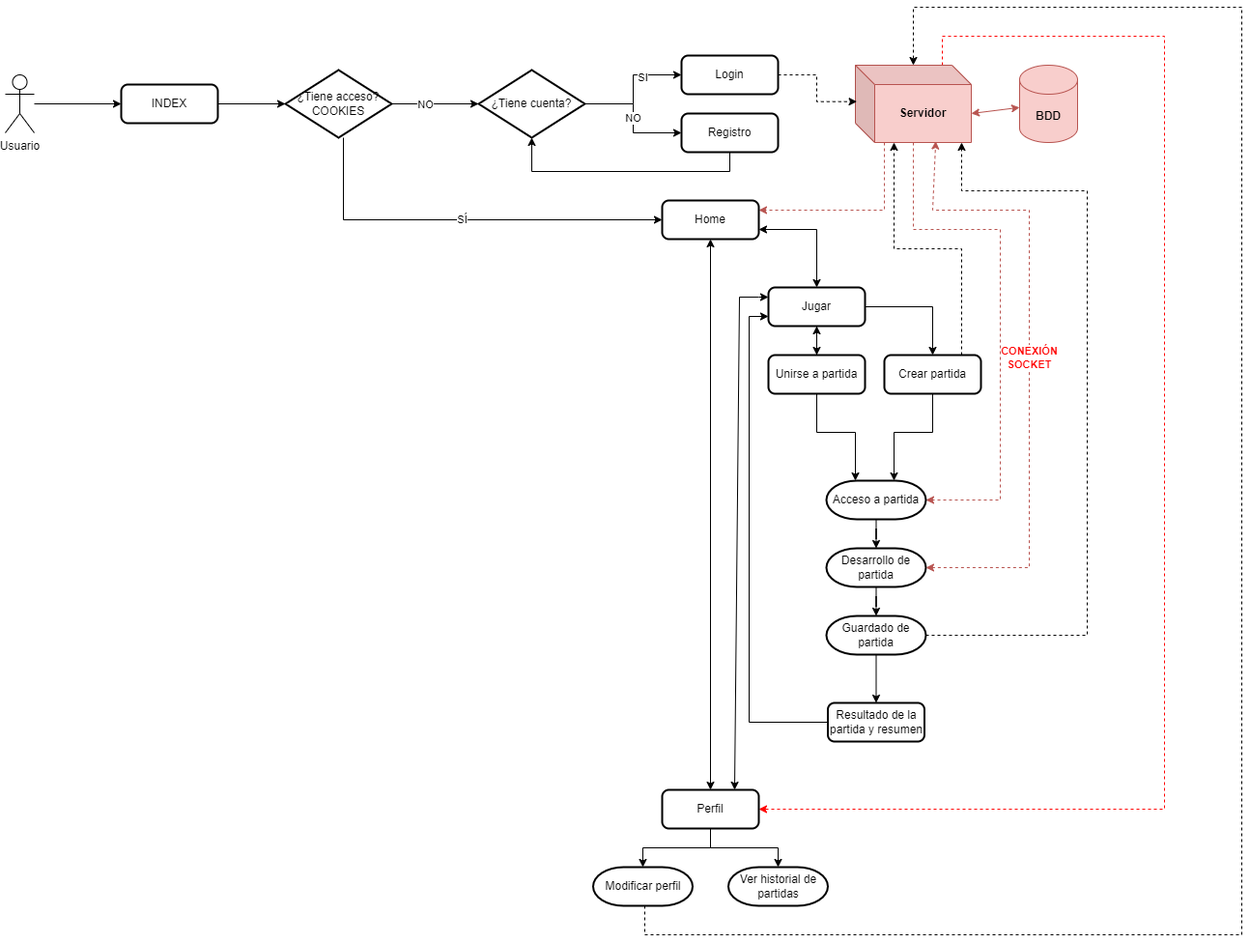
Before: info/Flujo de Chischás.png, a diagram exported from draw.io (MiguelG7/Chischas). Source tidied: cells renumbered, new cells last; positions are measured from the earlier drawing's top-left corner, leaving out a move shared by most shapes.
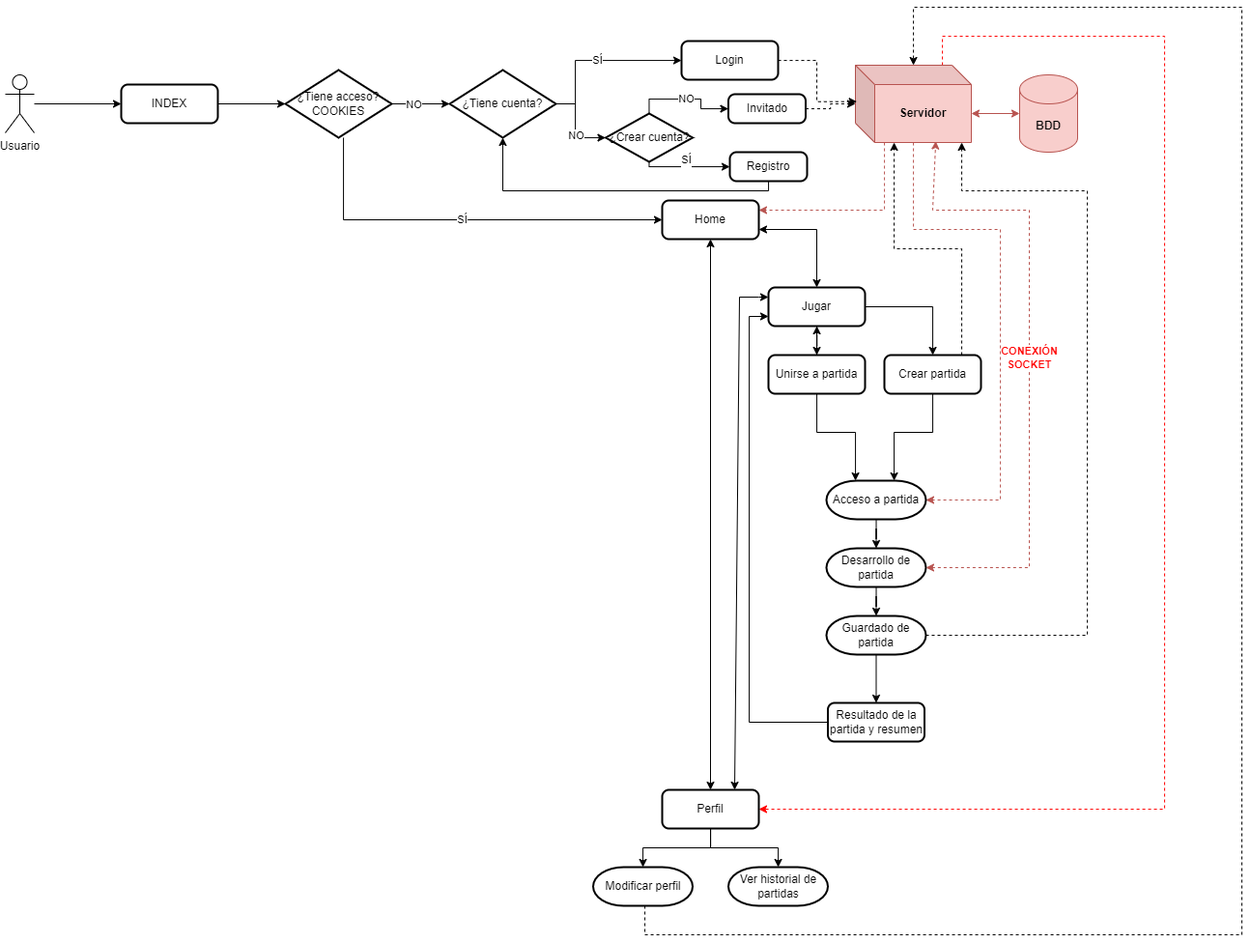
Later version of the same file.

Diff of the diagram source:
```diff
@@ -15,18 +15,18 @@
       <mxGeometry y="70" width="30" height="60" as="geometry" />
     </mxCell>
     <mxCell id="6" value="Login" style="rounded=1;whiteSpace=wrap;html=1;absoluteArcSize=1;arcSize=14;strokeWidth=2;" parent="1" vertex="1">
-      <mxGeometry x="700" y="50" width="100" height="40" as="geometry" />
+      <mxGeometry x="700" y="35" width="100" height="40" as="geometry" />
     </mxCell>
     <mxCell id="7" style="edgeStyle=orthogonalEdgeStyle;rounded=0;jettySize=auto;html=1;" parent="1" edge="1" source="8" target="28">
       <mxGeometry relative="1" as="geometry">
         <Array as="points">
-          <mxPoint x="750" y="170" />
-          <mxPoint x="545" y="170" />
+          <mxPoint x="790" y="190" />
+          <mxPoint x="515" y="190" />
         </Array>
       </mxGeometry>
     </mxCell>
     <mxCell id="8" value="Registro" style="rounded=1;whiteSpace=wrap;html=1;absoluteArcSize=1;arcSize=14;strokeWidth=2;" parent="1" vertex="1">
-      <mxGeometry x="700" y="110" width="100" height="40" as="geometry" />
+      <mxGeometry x="750" y="150" width="80" height="30" as="geometry" />
     </mxCell>
     <mxCell id="9" style="edgeStyle=orthogonalEdgeStyle;rounded=0;jettySize=auto;html=1;dashed=1;fillColor=#f8cecc;strokeColor=#b85450;entryX=1;entryY=0.25;entryDx=0;entryDy=0;" parent="1" edge="1" source="12" target="16">
       <mxGeometry relative="1" as="geometry">
@@ -57,7 +57,7 @@
       <mxGeometry x="880" y="60" width="120" height="80" as="geometry" />
     </mxCell>
     <mxCell id="13" value="BDD" style="shape=cylinder3;whiteSpace=wrap;html=1;boundedLbl=1;backgroundOutline=1;size=15;fillColor=#f8cecc;strokeColor=#b85450;fontStyle=1;" parent="1" vertex="1">
-      <mxGeometry x="1050" y="60" width="60" height="80" as="geometry" />
+      <mxGeometry x="1050" y="70" width="60" height="80" as="geometry" />
     </mxCell>
     <mxCell id="14" style="endArrow=classic;startArrow=classic;html=1;rounded=0;exitX=0;exitY=0;exitDx=120;exitDy=50;exitPerimeter=0;fillColor=#f8cecc;strokeColor=#b85450;" parent="1" edge="1" source="12" target="13">
       <mxGeometry relative="1" as="geometry" />
@@ -96,17 +96,16 @@
     <mxCell id="24" value="¿Tiene acceso?&lt;br&gt;COOKIES" style="strokeWidth=2;html=1;shape=mxgraph.flowchart.decision;whiteSpace=wrap;" parent="1" vertex="1">
       <mxGeometry x="290" y="65" width="110" height="70" as="geometry" />
     </mxCell>
-    <mxCell id="25" style="edgeStyle=orthogonalEdgeStyle;rounded=0;jettySize=auto;html=1;" parent="1" edge="1" source="28" target="6">
-      <mxGeometry relative="1" as="geometry" />
+    <mxCell id="25" value="SÍ" style="edgeStyle=orthogonalEdgeStyle;rounded=0;jettySize=auto;html=1;" parent="1" edge="1" source="28" target="6">
+      <mxGeometry relative="1" as="geometry">
+        <Array as="points">
+          <mxPoint x="590" y="100" />
+          <mxPoint x="590" y="55" />
+        </Array>
+      </mxGeometry>
     </mxCell>
-    <mxCell id="26" value="SI" style="edgeLabel;html=1;align=center;verticalAlign=middle;" parent="25" vertex="1">
-      <mxGeometry x="0.37" y="-2" relative="1" as="geometry" />
-    </mxCell>
-    <mxCell id="27" value="NO" style="edgeStyle=orthogonalEdgeStyle;rounded=0;jettySize=auto;html=1;" parent="1" edge="1" source="28" target="8">
-      <mxGeometry relative="1" as="geometry" />
-    </mxCell>
     <mxCell id="28" value="¿Tiene cuenta?" style="strokeWidth=2;html=1;shape=mxgraph.flowchart.decision;whiteSpace=wrap;" parent="1" vertex="1">
-      <mxGeometry x="490" y="65" width="110" height="70" as="geometry" />
+      <mxGeometry x="460" y="65" width="110" height="70" as="geometry" />
     </mxCell>
     <mxCell id="29" style="edgeStyle=orthogonalEdgeStyle;rounded=0;jettySize=auto;html=1;" parent="1" edge="1" source="51" target="38">
       <mxGeometry relative="1" as="geometry">
@@ -231,5 +230,43 @@
     <mxCell id="52" value="Crear partida" style="rounded=1;whiteSpace=wrap;html=1;absoluteArcSize=1;arcSize=14;strokeWidth=2;" parent="1" vertex="1">
       <mxGeometry x="910" y="360" width="100" height="40" as="geometry" />
     </mxCell>
+    <mxCell id="53" style="edgeStyle=orthogonalEdgeStyle;rounded=0;jettySize=auto;html=1;exitX=1;exitY=0.5;exitDx=0;exitDy=0;exitPerimeter=0;" parent="1" edge="1" source="28" target="56">
+      <mxGeometry relative="1" as="geometry">
+        <Array as="points">
+          <mxPoint x="590" y="100" />
+          <mxPoint x="590" y="135" />
+        </Array>
+      </mxGeometry>
+    </mxCell>
+    <mxCell id="54" value="NO" style="edgeLabel;html=1;align=center;verticalAlign=middle;" parent="53" vertex="1">
+      <mxGeometry x="0.21" relative="1" as="geometry" />
+    </mxCell>
+    <mxCell id="55" value="SÍ&lt;div&gt;&lt;br&gt;&lt;/div&gt;" style="edgeStyle=orthogonalEdgeStyle;rounded=0;jettySize=auto;html=1;" parent="1" edge="1" source="56" target="8">
+      <mxGeometry relative="1" as="geometry">
+        <Array as="points">
+          <mxPoint x="667" y="165" />
+          <mxPoint x="760" y="165" />
+          <mxPoint x="760" y="150" />
+        </Array>
+      </mxGeometry>
+    </mxCell>
+    <mxCell id="27" value="NO" style="edgeStyle=orthogonalEdgeStyle;rounded=0;jettySize=auto;html=1;" parent="1" edge="1" source="56" target="58">
+      <mxGeometry relative="1" as="geometry">
+        <Array as="points">
+          <mxPoint x="667" y="95" />
+          <mxPoint x="720" y="95" />
+          <mxPoint x="720" y="105" />
+        </Array>
+      </mxGeometry>
+    </mxCell>
+    <mxCell id="56" value="¿Crear cuenta?" style="strokeWidth=2;html=1;shape=mxgraph.flowchart.decision;whiteSpace=wrap;" parent="1" vertex="1">
+      <mxGeometry x="621.5" y="110" width="90" height="50" as="geometry" />
+    </mxCell>
+    <mxCell id="57" style="edgeStyle=orthogonalEdgeStyle;rounded=0;jettySize=auto;html=1;dashed=1;" parent="1" edge="1" source="58" target="12">
+      <mxGeometry relative="1" as="geometry" />
+    </mxCell>
+    <mxCell id="58" value="Invitado" style="rounded=1;whiteSpace=wrap;html=1;absoluteArcSize=1;arcSize=14;strokeWidth=2;" parent="1" vertex="1">
+      <mxGeometry x="748.5" y="90" width="80" height="30" as="geometry" />
+    </mxCell>
   </root>
 </mxGraphModel>
```
